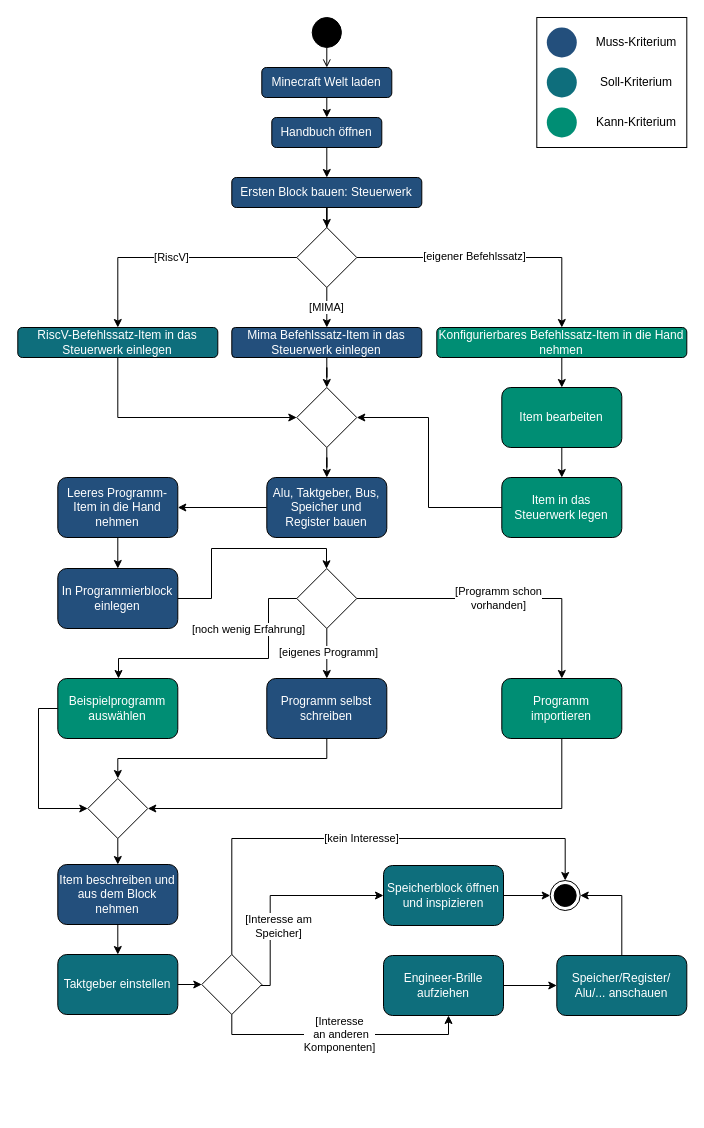
Earlier version of the draw.io diagram Aktivität.drawio (LundiNord/RISCJ-Diagramms). Source tidied: cells renumbered, new cells numbered last; positions are measured from the earlier drawing's top-left corner, leaving out a move shared by most shapes. Both pictures are drawn from the tidied source at 100%, with x=0, y=0 at pixel (17, 17).
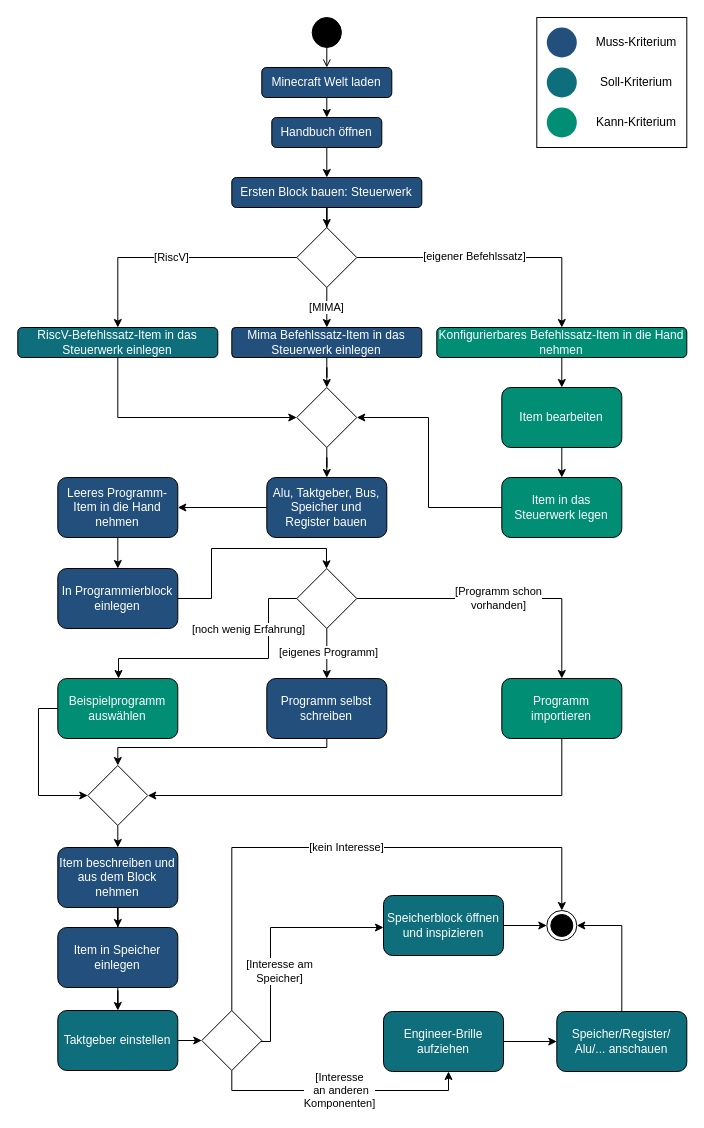
Above is the later version.

Commit message:
Aktivität.drawio - Speicher hinzugefügt

The change refers to these unchanged cells:
```xml
<mxCell id="31" value="Beispielprogramm auswählen" style="rounded=1;whiteSpace=wrap;html=1;fontColor=#FFFFFF;fillColor=#008E74;" parent="1" vertex="1">
  <mxGeometry x="40.3" y="661" width="120" height="60" as="geometry" />
</mxCell>
<mxCell id="33" value="Programm selbst schreiben" style="rounded=1;whiteSpace=wrap;html=1;fillColor=#234F7C;fontColor=#FFFFFF;" parent="1" vertex="1">
  <mxGeometry x="249.3" y="661" width="120" height="60" as="geometry" />
</mxCell>
```

Diff of the diagram source:
```diff
@@
     <mxCell id="42" style="rhombus;whiteSpace=wrap;html=1;portConstraintRotation=1;" parent="1" vertex="1">
-      <mxGeometry x="70.3" y="761" width="60" height="60" as="geometry" />
+      <mxGeometry x="70.3" y="748" width="60" height="60" as="geometry" />
     </mxCell>
     <mxCell id="43" style="edgeStyle=orthogonalEdgeStyle;jettySize=auto;html=1;rounded=0;orthogonal=1;" parent="1" edge="1" source="31" target="42">
       <mxGeometry relative="1" as="geometry">
         <Array as="points">
           <mxPoint x="21" y="691" />
-          <mxPoint x="21" y="791" />
+          <mxPoint x="21" y="778" />
         </Array>
       </mxGeometry>
     </mxCell>
     <mxCell id="44" style="edgeStyle=orthogonalEdgeStyle;jettySize=auto;html=1;rounded=0;exitX=0.5;exitY=1;exitDx=0;exitDy=0;entryX=0.5;entryY=0;entryDx=0;entryDy=0;orthogonal=1;" parent="1" edge="1" source="33" target="42">
       <mxGeometry relative="1" as="geometry">
         <Array as="points">
-          <mxPoint x="309" y="741" />
-          <mxPoint x="101" y="741" />
-          <mxPoint x="101" y="761" />
+          <mxPoint x="309" y="730" />
+          <mxPoint x="100" y="730" />
         </Array>
       </mxGeometry>
     </mxCell>
@@
+    <mxCell id="71" style="edgeStyle=orthogonalEdgeStyle;rounded=0;jettySize=auto;html=1;" parent="1" edge="1" source="46" target="73">
+      <mxGeometry relative="1" as="geometry" />
+    </mxCell>
     <mxCell id="46" value="Item beschreiben und aus dem Block nehmen" style="rounded=1;whiteSpace=wrap;html=1;fillColor=#234F7C;fontColor=#FFFFFF;" parent="1" vertex="1">
-      <mxGeometry x="40.3" y="847" width="120" height="60" as="geometry" />
+      <mxGeometry x="40.3" y="830" width="120" height="60" as="geometry" />
     </mxCell>
-    <mxCell id="47" style="edgeStyle=none;jettySize=auto;html=1;rounded=0;exitX=0.5;exitY=1;exitDx=0;exitDy=0;entryX=0.5;entryY=0;entryDx=0;entryDy=0;noEdgeStyle=1;orthogonal=1;" parent="1" edge="1" source="42" target="46">
+    <mxCell id="47" style="edgeStyle=none;jettySize=auto;html=1;rounded=0;noEdgeStyle=1;orthogonal=1;" parent="1" edge="1" source="42" target="46">
       <mxGeometry relative="1" as="geometry" />
     </mxCell>
     <mxCell id="48" value="Taktgeber einstellen" style="rounded=1;whiteSpace=wrap;html=1;fillColor=#0E6E7C;fontColor=#FFFFFF;" parent="1" vertex="1">
-      <mxGeometry x="40.3" y="937" width="120" height="60" as="geometry" />
+      <mxGeometry x="40.3" y="993" width="120" height="60" as="geometry" />
     </mxCell>
-    <mxCell id="49" style="edgeStyle=none;jettySize=auto;html=1;rounded=0;exitX=0.5;exitY=1;exitDx=0;exitDy=0;entryX=0.5;entryY=0;entryDx=0;entryDy=0;noEdgeStyle=1;orthogonal=1;fontColor=#FFFFFF;" parent="1" edge="1" source="46" target="48">
-      <mxGeometry relative="1" as="geometry" />
-    </mxCell>
     <mxCell id="50" style="rhombus;whiteSpace=wrap;html=1;portConstraintRotation=1;" parent="1" vertex="1">
-      <mxGeometry x="184.3" y="937" width="60" height="60" as="geometry" />
+      <mxGeometry x="184.3" y="993" width="60" height="60" as="geometry" />
     </mxCell>
@@
     <mxCell id="53" value="Speicherblock öffnen und inspizieren" style="rounded=1;whiteSpace=wrap;html=1;fillColor=#0E6E7C;fontColor=#FFFFFF;" parent="1" vertex="1">
-      <mxGeometry x="366" y="848" width="120" height="60" as="geometry" />
+      <mxGeometry x="366" y="878" width="120" height="60" as="geometry" />
     </mxCell>
     <mxCell id="54" style="edgeStyle=orthogonalEdgeStyle;jettySize=auto;html=1;rounded=0;orthogonal=1;" parent="1" edge="1" source="50" target="53">
       <mxGeometry relative="1" as="geometry">
         <Array as="points">
-          <mxPoint x="252.7" y="968" />
-          <mxPoint x="252.7" y="878" />
+          <mxPoint x="253" y="1024" />
+          <mxPoint x="253" y="910" />
         </Array>
       </mxGeometry>
     </mxCell>
@@
     <mxCell id="56" value="Engineer-Brille aufziehen" style="rounded=1;whiteSpace=wrap;html=1;fillColor=#0E6E7C;fontColor=#FFFFFF;" parent="1" vertex="1">
-      <mxGeometry x="366" y="938" width="120" height="60" as="geometry" />
+      <mxGeometry x="366" y="994" width="120" height="60" as="geometry" />
     </mxCell>
     <mxCell id="57" value="[Interesse&lt;br&gt;&amp;nbsp;an anderen &lt;br&gt;Komponenten]" style="edgeStyle=orthogonalEdgeStyle;jettySize=auto;html=1;rounded=0;exitX=0.5;exitY=1;exitDx=0;exitDy=0;orthogonal=1;" parent="1" edge="1" source="50" target="56">
       <mxGeometry relative="1" as="geometry">
         <Array as="points">
-          <mxPoint x="214" y="1017" />
-          <mxPoint x="431" y="1017" />
+          <mxPoint x="214" y="1073" />
+          <mxPoint x="431" y="1073" />
         </Array>
       </mxGeometry>
     </mxCell>
     <mxCell id="58" value="&lt;div&gt;Speicher/Register/&lt;/div&gt;&lt;div&gt;Alu/... anschauen&lt;/div&gt;" style="rounded=1;whiteSpace=wrap;html=1;fillColor=#0E6E7C;fontColor=#FFFFFF;" parent="1" vertex="1">
-      <mxGeometry x="539.3" y="938" width="130" height="60" as="geometry" />
+      <mxGeometry x="539.3" y="994" width="130" height="60" as="geometry" />
     </mxCell>
@@
     <mxCell id="60" style="ellipse;html=1;shape=endState;fillColor=strokeColor;fontColor=#FFFFFF;" parent="1" vertex="1">
-      <mxGeometry x="532.7" y="863" width="30" height="30" as="geometry" />
+      <mxGeometry x="529.3" y="893" width="30" height="30" as="geometry" />
     </mxCell>
     <mxCell id="61" value="[kein Interesse]" style="edgeStyle=orthogonalEdgeStyle;jettySize=auto;html=1;rounded=0;entryX=0.5;entryY=0;entryDx=0;entryDy=0;" parent="1" edge="1" source="50" target="60">
       <mxGeometry relative="1" as="geometry">
         <Array as="points">
-          <mxPoint x="214" y="821" />
-          <mxPoint x="548" y="821" />
+          <mxPoint x="214" y="830" />
+          <mxPoint x="544" y="830" />
         </Array>
       </mxGeometry>
     </mxCell>
     <mxCell id="62" style="edgeStyle=orthogonalEdgeStyle;rounded=0;jettySize=auto;html=1;entryX=1;entryY=0.5;entryDx=0;entryDy=0;" parent="1" edge="1" source="58" target="60">
       <mxGeometry relative="1" as="geometry">
         <Array as="points">
-          <mxPoint x="604" y="878" />
+          <mxPoint x="604" y="908" />
         </Array>
       </mxGeometry>
     </mxCell>
@@
+    <mxCell id="72" style="edgeStyle=orthogonalEdgeStyle;rounded=0;jettySize=auto;html=1;" parent="1" edge="1" source="73" target="48">
+      <mxGeometry relative="1" as="geometry" />
+    </mxCell>
+    <mxCell id="73" value="Item in Speicher einlegen" style="rounded=1;whiteSpace=wrap;html=1;fillColor=#234F7C;fontColor=#FFFFFF;" parent="1" vertex="1">
+      <mxGeometry x="40.3" y="910" width="120" height="60" as="geometry" />
+    </mxCell>
```
